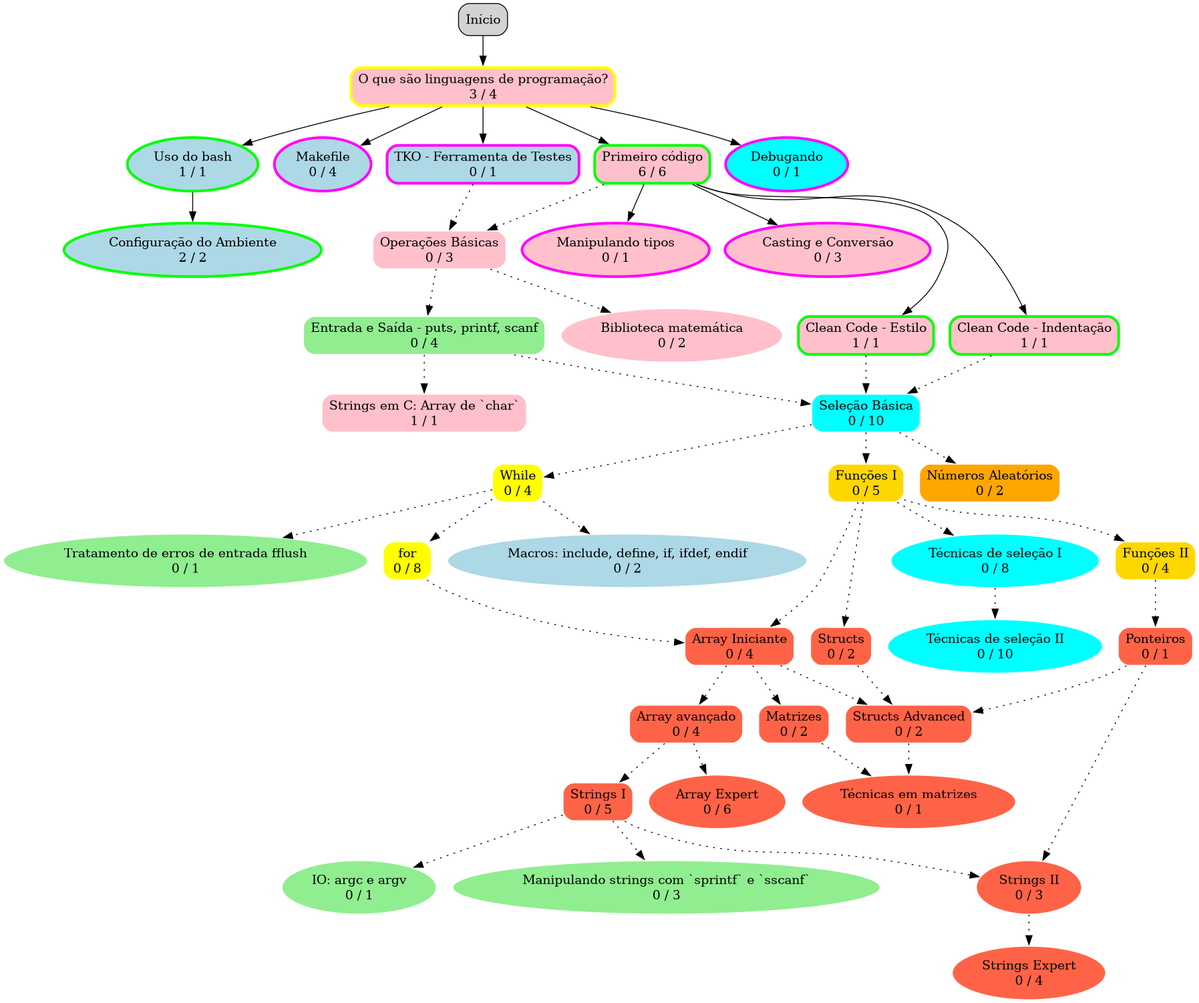
senapk/tko keeps this Graphviz diagram as graph.png. Above is the earlier version. Its source is kept beside it as graph.dot.
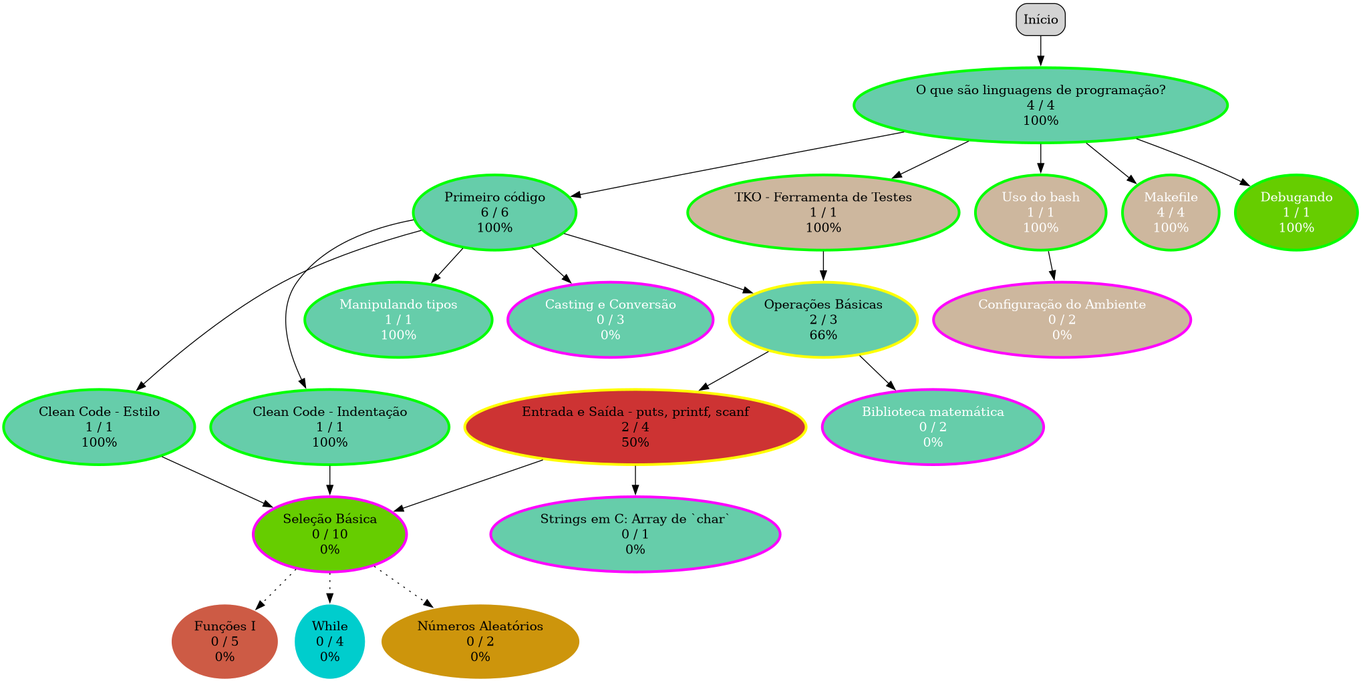
After the change.

Diff of the diagram source:
```diff
@@ -1,87 +1,106 @@
 digraph diag {
   node [penwidth=1, style="rounded,filled", shape=box]
-  "O que são linguagens de programação?\n3 / 4" -> "Uso do bash\n1 / 1"
-  "Uso do bash\n1 / 1" -> "Configuração do Ambiente\n2 / 2"
-  "O que são linguagens de programação?\n3 / 4" -> "Makefile\n0 / 4"
-  "While\n0 / 4" -> "Macros: include, define, if, ifdef, endif\n0 / 2" [style=dotted]
-  "O que são linguagens de programação?\n3 / 4" -> "TKO - Ferramenta de Testes\n0 / 1"
-  "Início" -> "O que são linguagens de programação?\n3 / 4"
-  "O que são linguagens de programação?\n3 / 4" -> "Primeiro código\n6 / 6"
-  "Entrada e Saída - puts, printf, scanf\n0 / 4" -> "Strings em C: Array de `char`\n1 / 1" [style=dotted]
-  "Primeiro código\n6 / 6" -> "Clean Code - Estilo\n1 / 1"
-  "Primeiro código\n6 / 6" -> "Clean Code - Indentação\n1 / 1"
-  "Primeiro código\n6 / 6" -> "Manipulando tipos\n0 / 1"
-  "Primeiro código\n6 / 6" -> "Casting e Conversão\n0 / 3"
-  "Primeiro código\n6 / 6" -> "Operações Básicas\n0 / 3" [style=dotted]
-  "TKO - Ferramenta de Testes\n0 / 1" -> "Operações Básicas\n0 / 3" [style=dotted]
-  "Operações Básicas\n0 / 3" -> "Biblioteca matemática\n0 / 2" [style=dotted]
-  "Operações Básicas\n0 / 3" -> "Entrada e Saída - puts, printf, scanf\n0 / 4" [style=dotted]
-  "Strings I\n0 / 5" -> "Manipulando strings com `sprintf` e `sscanf`\n0 / 3" [style=dotted]
-  "While\n0 / 4" -> "Tratamento de erros de entrada fflush\n0 / 1" [style=dotted]
-  "Strings I\n0 / 5" -> "IO: argc e argv\n0 / 1" [style=dotted]
-  "Entrada e Saída - puts, printf, scanf\n0 / 4" -> "Seleção Básica\n0 / 10" [style=dotted]
-  "Clean Code - Estilo\n1 / 1" -> "Seleção Básica\n0 / 10" [style=dotted]
-  "Clean Code - Indentação\n1 / 1" -> "Seleção Básica\n0 / 10" [style=dotted]
-  "O que são linguagens de programação?\n3 / 4" -> "Debugando\n0 / 1"
-  "Funções I\n0 / 5" -> "Técnicas de seleção I\n0 / 8" [style=dotted]
-  "Técnicas de seleção I\n0 / 8" -> "Técnicas de seleção II\n0 / 10" [style=dotted]
-  "Seleção Básica\n0 / 10" -> "Funções I\n0 / 5" [style=dotted]
-  "Funções I\n0 / 5" -> "Funções II\n0 / 4" [style=dotted]
-  "Seleção Básica\n0 / 10" -> "While\n0 / 4" [style=dotted]
-  "While\n0 / 4" -> "for\n0 / 8" [style=dotted]
-  "Seleção Básica\n0 / 10" -> "Números Aleatórios\n0 / 2" [style=dotted]
-  "for\n0 / 8" -> "Array Iniciante\n0 / 4" [style=dotted]
-  "Funções I\n0 / 5" -> "Array Iniciante\n0 / 4" [style=dotted]
-  "Array Iniciante\n0 / 4" -> "Array avançado\n0 / 4" [style=dotted]
-  "Array avançado\n0 / 4" -> "Array Expert\n0 / 6" [style=dotted]
-  "Array avançado\n0 / 4" -> "Strings I\n0 / 5" [style=dotted]
-  "Strings I\n0 / 5" -> "Strings II\n0 / 3" [style=dotted]
-  "Ponteiros\n0 / 1" -> "Strings II\n0 / 3" [style=dotted]
-  "Strings II\n0 / 3" -> "Strings Expert\n0 / 4" [style=dotted]
-  "Funções II\n0 / 4" -> "Ponteiros\n0 / 1" [style=dotted]
-  "Funções I\n0 / 5" -> "Structs\n0 / 2" [style=dotted]
-  "Array Iniciante\n0 / 4" -> "Matrizes\n0 / 2" [style=dotted]
-  "Matrizes\n0 / 2" -> "Técnicas em matrizes\n0 / 1" [style=dotted]
-  "Structs Advanced\n0 / 2" -> "Técnicas em matrizes\n0 / 1" [style=dotted]
-  "Ponteiros\n0 / 1" -> "Structs Advanced\n0 / 2" [style=dotted]
-  "Array Iniciante\n0 / 4" -> "Structs Advanced\n0 / 2" [style=dotted]
-  "Structs\n0 / 2" -> "Structs Advanced\n0 / 2" [style=dotted]
-  "Uso do bash\n1 / 1" [shape=ellipse, color=green, penwidth=3, fillcolor=lightblue]
-  "Configuração do Ambiente\n2 / 2" [shape=ellipse, color=green, penwidth=3, fillcolor=lightblue]
-  "Makefile\n0 / 4" [shape=ellipse, color=magenta, penwidth=3, fillcolor=lightblue]
-  "Macros: include, define, if, ifdef, endif\n0 / 2" [shape=ellipse, color=white, penwidth=1, fillcolor=lightblue]
-  "TKO - Ferramenta de Testes\n0 / 1" [shape=box, color=magenta, penwidth=3, fillcolor=lightblue]
-  "O que são linguagens de programação?\n3 / 4" [shape=box, color=yellow, penwidth=3, fillcolor=pink]
-  "Primeiro código\n6 / 6" [shape=box, color=green, penwidth=3, fillcolor=pink]
-  "Strings em C: Array de `char`\n1 / 1" [shape=box, color=white, penwidth=1, fillcolor=pink]
-  "Clean Code - Estilo\n1 / 1" [shape=box, color=green, penwidth=3, fillcolor=pink]
-  "Clean Code - Indentação\n1 / 1" [shape=box, color=green, penwidth=3, fillcolor=pink]
-  "Manipulando tipos\n0 / 1" [shape=ellipse, color=magenta, penwidth=3, fillcolor=pink]
-  "Casting e Conversão\n0 / 3" [shape=ellipse, color=magenta, penwidth=3, fillcolor=pink]
-  "Operações Básicas\n0 / 3" [shape=box, color=white, penwidth=1, fillcolor=pink]
-  "Biblioteca matemática\n0 / 2" [shape=ellipse, color=white, penwidth=1, fillcolor=pink]
-  "Entrada e Saída - puts, printf, scanf\n0 / 4" [shape=box, color=white, penwidth=1, fillcolor=lightgreen]
-  "Manipulando strings com `sprintf` e `sscanf`\n0 / 3" [shape=ellipse, color=white, penwidth=1, fillcolor=lightgreen]
-  "Tratamento de erros de entrada fflush\n0 / 1" [shape=ellipse, color=white, penwidth=1, fillcolor=lightgreen]
-  "IO: argc e argv\n0 / 1" [shape=ellipse, color=white, penwidth=1, fillcolor=lightgreen]
-  "Seleção Básica\n0 / 10" [shape=box, color=white, penwidth=1, fillcolor=cyan]
-  "Debugando\n0 / 1" [shape=ellipse, color=magenta, penwidth=3, fillcolor=cyan]
-  "Técnicas de seleção I\n0 / 8" [shape=ellipse, color=white, penwidth=1, fillcolor=cyan]
-  "Técnicas de seleção II\n0 / 10" [shape=ellipse, color=white, penwidth=1, fillcolor=cyan]
-  "Funções I\n0 / 5" [shape=box, color=white, penwidth=1, fillcolor=gold]
-  "Funções II\n0 / 4" [shape=box, color=white, penwidth=1, fillcolor=gold]
-  "While\n0 / 4" [shape=box, color=white, penwidth=1, fillcolor=yellow]
-  "for\n0 / 8" [shape=box, color=white, penwidth=1, fillcolor=yellow]
-  "Números Aleatórios\n0 / 2" [shape=box, color=white, penwidth=1, fillcolor=orange]
-  "Array Iniciante\n0 / 4" [shape=box, color=white, penwidth=1, fillcolor=tomato]
-  "Array avançado\n0 / 4" [shape=box, color=white, penwidth=1, fillcolor=tomato]
-  "Array Expert\n0 / 6" [shape=ellipse, color=white, penwidth=1, fillcolor=tomato]
-  "Strings I\n0 / 5" [shape=box, color=white, penwidth=1, fillcolor=tomato]
-  "Strings II\n0 / 3" [shape=ellipse, color=white, penwidth=1, fillcolor=tomato]
-  "Strings Expert\n0 / 4" [shape=ellipse, color=white, penwidth=1, fillcolor=tomato]
-  "Ponteiros\n0 / 1" [shape=box, color=white, penwidth=1, fillcolor=tomato]
-  "Structs\n0 / 2" [shape=box, color=white, penwidth=1, fillcolor=tomato]
-  "Matrizes\n0 / 2" [shape=box, color=white, penwidth=1, fillcolor=tomato]
-  "Técnicas em matrizes\n0 / 1" [shape=ellipse, color=white, penwidth=1, fillcolor=tomato]
-  "Structs Advanced\n0 / 2" [shape=box, color=white, penwidth=1, fillcolor=tomato]
+  "Início" -> "O que são linguagens de programação?\n4 / 4
+100%"
+  "O que são linguagens de programação?\n4 / 4
+100%" -> "Primeiro código\n6 / 6
+100%"
+  "Entrada e Saída - puts, printf, scanf\n2 / 4
+50%" -> "Strings em C: Array de `char`\n0 / 1
+0%"
+  "Primeiro código\n6 / 6
+100%" -> "Clean Code - Estilo\n1 / 1
+100%"
+  "Primeiro código\n6 / 6
+100%" -> "Clean Code - Indentação\n1 / 1
+100%"
+  "Primeiro código\n6 / 6
+100%" -> "Manipulando tipos\n1 / 1
+100%"
+  "Primeiro código\n6 / 6
+100%" -> "Casting e Conversão\n0 / 3
+0%"
+  "Primeiro código\n6 / 6
+100%" -> "Operações Básicas\n2 / 3
+66%"
+  "TKO - Ferramenta de Testes\n1 / 1
+100%" -> "Operações Básicas\n2 / 3
+66%"
+  "Operações Básicas\n2 / 3
+66%" -> "Biblioteca matemática\n0 / 2
+0%"
+  "O que são linguagens de programação?\n4 / 4
+100%" -> "Uso do bash\n1 / 1
+100%"
+  "Uso do bash\n1 / 1
+100%" -> "Configuração do Ambiente\n0 / 2
+0%"
+  "O que são linguagens de programação?\n4 / 4
+100%" -> "Makefile\n4 / 4
+100%"
+  "O que são linguagens de programação?\n4 / 4
+100%" -> "TKO - Ferramenta de Testes\n1 / 1
+100%"
+  "Operações Básicas\n2 / 3
+66%" -> "Entrada e Saída - puts, printf, scanf\n2 / 4
+50%"
+  "Entrada e Saída - puts, printf, scanf\n2 / 4
+50%" -> "Seleção Básica\n0 / 10
+0%"
+  "Clean Code - Estilo\n1 / 1
+100%" -> "Seleção Básica\n0 / 10
+0%"
+  "Clean Code - Indentação\n1 / 1
+100%" -> "Seleção Básica\n0 / 10
+0%"
+  "O que são linguagens de programação?\n4 / 4
+100%" -> "Debugando\n1 / 1
+100%"
+  "Seleção Básica\n0 / 10
+0%" -> "Funções I\n0 / 5
+0%" [style=dotted]
+  "Seleção Básica\n0 / 10
+0%" -> "While\n0 / 4
+0%" [style=dotted]
+  "Seleção Básica\n0 / 10
+0%" -> "Números Aleatórios\n0 / 2
+0%" [style=dotted]
+  "O que são linguagens de programação?\n4 / 4
+100%" [shape=ellipse, color=green, penwidth=3, fillcolor=aquamarine3, style=filled, fontcolor=black]
+  "Primeiro código\n6 / 6
+100%" [shape=ellipse, color=green, penwidth=3, fillcolor=aquamarine3, style=filled, fontcolor=black]
+  "Strings em C: Array de `char`\n0 / 1
+0%" [shape=ellipse, color=magenta, penwidth=3, fillcolor=aquamarine3, style=filled, fontcolor=black]
+  "Clean Code - Estilo\n1 / 1
+100%" [shape=ellipse, color=green, penwidth=3, fillcolor=aquamarine3, style=filled, fontcolor=black]
+  "Clean Code - Indentação\n1 / 1
+100%" [shape=ellipse, color=green, penwidth=3, fillcolor=aquamarine3, style=filled, fontcolor=black]
+  "Manipulando tipos\n1 / 1
+100%" [shape=ellipse, color=green, penwidth=3, fillcolor=aquamarine3, style=filled, fontcolor=white]
+  "Casting e Conversão\n0 / 3
+0%" [shape=ellipse, color=magenta, penwidth=3, fillcolor=aquamarine3, style=filled, fontcolor=white]
+  "Operações Básicas\n2 / 3
+66%" [shape=ellipse, color=yellow, penwidth=3, fillcolor=aquamarine3, style=filled, fontcolor=black]
+  "Biblioteca matemática\n0 / 2
+0%" [shape=ellipse, color=magenta, penwidth=3, fillcolor=aquamarine3, style=filled, fontcolor=white]
+  "Uso do bash\n1 / 1
+100%" [shape=ellipse, color=green, penwidth=3, fillcolor=bisque3, style=filled, fontcolor=white]
+  "Configuração do Ambiente\n0 / 2
+0%" [shape=ellipse, color=magenta, penwidth=3, fillcolor=bisque3, style=filled, fontcolor=white]
+  "Makefile\n4 / 4
+100%" [shape=ellipse, color=green, penwidth=3, fillcolor=bisque3, style=filled, fontcolor=white]
+  "TKO - Ferramenta de Testes\n1 / 1
+100%" [shape=ellipse, color=green, penwidth=3, fillcolor=bisque3, style=filled, fontcolor=black]
+  "Entrada e Saída - puts, printf, scanf\n2 / 4
+50%" [shape=ellipse, color=yellow, penwidth=3, fillcolor=brown3, style=filled, fontcolor=black]
+  "Seleção Básica\n0 / 10
+0%" [shape=ellipse, color=magenta, penwidth=3, fillcolor=chartreuse3, style=filled, fontcolor=black]
+  "Debugando\n1 / 1
+100%" [shape=ellipse, color=green, penwidth=3, fillcolor=chartreuse3, style=filled, fontcolor=white]
+  "Funções I\n0 / 5
+0%" [shape=ellipse, color=white, penwidth=1, fillcolor=coral3, style=filled, fontcolor=black]
+  "While\n0 / 4
+0%" [shape=ellipse, color=white, penwidth=1, fillcolor=cyan3, style=filled, fontcolor=black]
+  "Números Aleatórios\n0 / 2
+0%" [shape=ellipse, color=white, penwidth=1, fillcolor=darkgoldenrod3, style=filled, fontcolor=black]
 }
```
